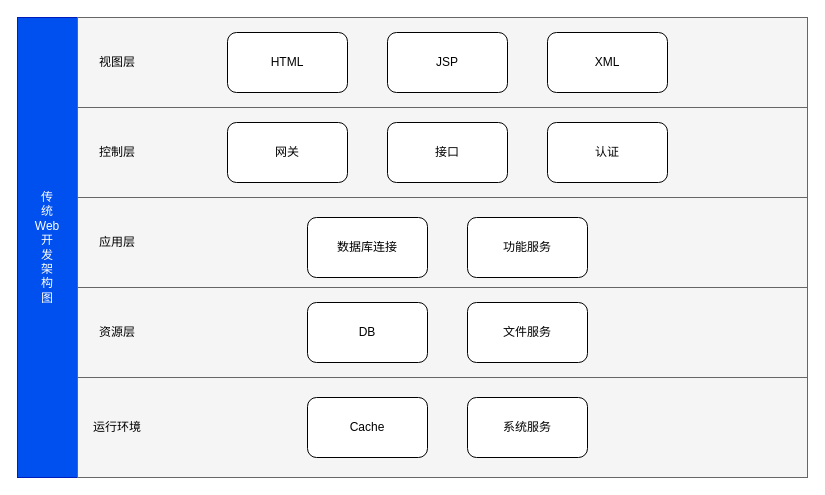
mowtwo/drawio-images keeps this draw.io diagram as bitemeta/未命名绘图.drawio. Above is the earlier version. Source tidied: cells renumbered, new cells numbered last; positions are measured from the earlier drawing's top-left corner, leaving out a move shared by most shapes. Both pictures are drawn from the tidied source at 100%, with x=0, y=0 at pixel (17, 17).
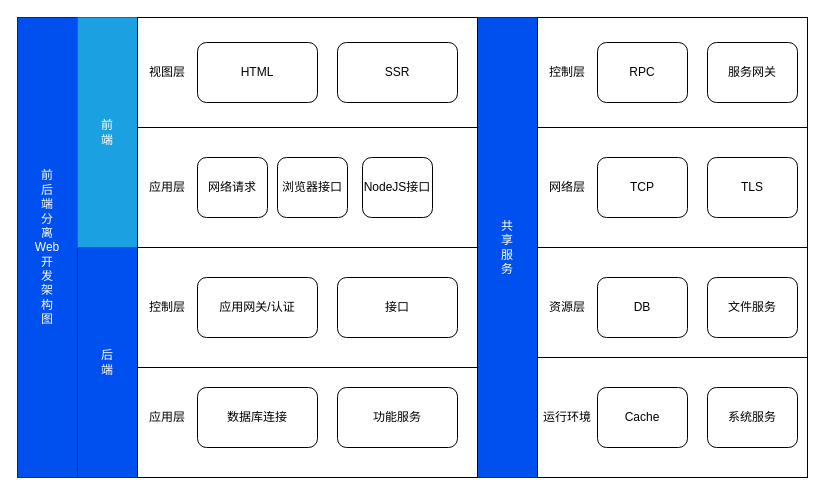
Above is the later version.

Commit message:
更新未命名绘图.drawio

What changed in the source:
```diff
@@
-    <mxCell id="4" value="传&lt;br&gt;统&lt;br&gt;Web&lt;br&gt;开&lt;br&gt;发&lt;br&gt;架&lt;br&gt;构&lt;br&gt;图" style="text;html=1;strokeColor=none;fillColor=none;align=center;verticalAlign=middle;whiteSpace=wrap;rounded=0;fontColor=#FFFFFF;" parent="1" vertex="1">
+    <mxCell id="4" value="前&lt;br&gt;后&lt;br&gt;端&lt;br&gt;分&lt;br&gt;离&lt;br&gt;Web&lt;br&gt;开&lt;br&gt;发&lt;br&gt;架&lt;br&gt;构&lt;br&gt;图" style="text;html=1;strokeColor=none;fillColor=none;align=center;verticalAlign=middle;whiteSpace=wrap;rounded=0;fontColor=#FFFFFF;" parent="1" vertex="1">
       <mxGeometry y="157.5" width="60" height="145" as="geometry" />
     </mxCell>
-    <mxCell id="5" style="rounded=0;whiteSpace=wrap;html=1;fontColor=#333333;fillColor=#f5f5f5;strokeColor=#666666;" parent="1" vertex="1">
-      <mxGeometry x="60" y="270" width="730" height="90" as="geometry" />
-    </mxCell>
-    <mxCell id="6" style="rounded=0;whiteSpace=wrap;html=1;fontColor=#333333;fillColor=#f5f5f5;strokeColor=#666666;" parent="1" vertex="1">
-      <mxGeometry x="60" y="180" width="730" height="90" as="geometry" />
-    </mxCell>
-    <mxCell id="7" style="rounded=0;whiteSpace=wrap;html=1;fontColor=#333333;fillColor=#f5f5f5;strokeColor=#666666;" parent="1" vertex="1">
-      <mxGeometry x="60" y="90" width="730" height="90" as="geometry" />
-    </mxCell>
-    <mxCell id="8" style="rounded=0;whiteSpace=wrap;html=1;fontColor=#333333;fillColor=#f5f5f5;strokeColor=#666666;" parent="1" vertex="1">
-      <mxGeometry x="60" width="730" height="90" as="geometry" />
-    </mxCell>
-    <mxCell id="9" style="rounded=0;whiteSpace=wrap;html=1;fontColor=#333333;fillColor=#f5f5f5;strokeColor=#666666;" parent="1" vertex="1">
-      <mxGeometry x="60" y="360" width="730" height="100" as="geometry" />
-    </mxCell>
+    <mxCell id="27" style="rounded=0;whiteSpace=wrap;html=1;fillColor=#dae8fc;strokeColor=#6c8ebf;" parent="1" vertex="1">
+      <mxGeometry x="60" y="230" width="400" height="230" as="geometry" />
+    </mxCell>
+    <mxCell id="28" value="后&lt;br&gt;端" style="rounded=0;whiteSpace=wrap;html=1;fillColor=#0050ef;fontColor=#ffffff;strokeColor=#001DBC;" parent="1" vertex="1">
+      <mxGeometry x="60" y="230" width="60" height="230" as="geometry" />
+    </mxCell>
+    <mxCell id="29" style="rounded=0;whiteSpace=wrap;html=1;fillColor=#d5e8d4;strokeColor=#82b366;" parent="1" vertex="1">
+      <mxGeometry x="60" width="400" height="230" as="geometry" />
+    </mxCell>
+    <mxCell id="30" value="前&lt;br&gt;端" style="rounded=0;whiteSpace=wrap;html=1;fillColor=#1ba1e2;fontColor=#ffffff;strokeColor=#006EAF;" parent="1" vertex="1">
+      <mxGeometry x="60" width="60" height="230" as="geometry" />
+    </mxCell>
+    <mxCell id="31" style="rounded=0;whiteSpace=wrap;html=1;" parent="1" vertex="1">
+      <mxGeometry x="460" width="330" height="460" as="geometry" />
+    </mxCell>
+    <mxCell id="32" value="共&lt;br&gt;享&lt;br&gt;服&lt;br&gt;务" style="rounded=0;whiteSpace=wrap;html=1;fillColor=#0050ef;fontColor=#ffffff;strokeColor=#001DBC;" parent="1" vertex="1">
+      <mxGeometry x="460" width="60" height="460" as="geometry" />
+    </mxCell>
+    <mxCell id="33" style="rounded=0;whiteSpace=wrap;html=1;" parent="1" vertex="1">
+      <mxGeometry x="120" y="340" width="340" height="120" as="geometry" />
+    </mxCell>
+    <mxCell id="34" style="rounded=0;whiteSpace=wrap;html=1;" parent="1" vertex="1">
+      <mxGeometry x="120" y="230" width="340" height="120" as="geometry" />
+    </mxCell>
+    <mxCell id="35" value="控制层" style="text;html=1;strokeColor=none;fillColor=none;align=center;verticalAlign=middle;whiteSpace=wrap;rounded=0;" parent="1" vertex="1">
+      <mxGeometry x="120" y="275" width="60" height="30" as="geometry" />
+    </mxCell>
+    <mxCell id="36" value="应用层" style="text;html=1;strokeColor=none;fillColor=none;align=center;verticalAlign=middle;whiteSpace=wrap;rounded=0;" parent="1" vertex="1">
+      <mxGeometry x="120" y="385" width="60" height="30" as="geometry" />
+    </mxCell>
+    <mxCell id="37" style="rounded=0;whiteSpace=wrap;html=1;" parent="1" vertex="1">
+      <mxGeometry x="120" width="340" height="110" as="geometry" />
+    </mxCell>
+    <mxCell id="38" style="rounded=0;whiteSpace=wrap;html=1;" parent="1" vertex="1">
+      <mxGeometry x="120" y="110" width="340" height="120" as="geometry" />
+    </mxCell>
+    <mxCell id="39" value="应用层" style="text;html=1;strokeColor=none;fillColor=none;align=center;verticalAlign=middle;whiteSpace=wrap;rounded=0;" parent="1" vertex="1">
+      <mxGeometry x="120" y="155" width="60" height="30" as="geometry" />
+    </mxCell>
+    <mxCell id="13" value="视图层" style="text;html=1;strokeColor=none;fillColor=none;align=center;verticalAlign=middle;whiteSpace=wrap;rounded=0;" parent="1" vertex="1">
+      <mxGeometry x="120" y="40" width="60" height="30" as="geometry" />
+    </mxCell>
+    <mxCell id="40" style="rounded=0;whiteSpace=wrap;html=1;" parent="1" vertex="1">
+      <mxGeometry x="520" width="270" height="110" as="geometry" />
+    </mxCell>
+    <mxCell id="41" style="rounded=0;whiteSpace=wrap;html=1;" parent="1" vertex="1">
+      <mxGeometry x="520" y="110" width="270" height="120" as="geometry" />
+    </mxCell>
+    <mxCell id="42" style="rounded=0;whiteSpace=wrap;html=1;" parent="1" vertex="1">
+      <mxGeometry x="520" y="230" width="270" height="110" as="geometry" />
+    </mxCell>
+    <mxCell id="43" style="rounded=0;whiteSpace=wrap;html=1;" parent="1" vertex="1">
+      <mxGeometry x="520" y="340" width="270" height="120" as="geometry" />
+    </mxCell>
+    <mxCell id="44" value="网络层" style="text;html=1;strokeColor=none;fillColor=none;align=center;verticalAlign=middle;whiteSpace=wrap;rounded=0;" parent="1" vertex="1">
+      <mxGeometry x="520" y="155" width="60" height="30" as="geometry" />
+    </mxCell>
+    <mxCell id="11" value="资源层" style="text;html=1;strokeColor=none;fillColor=none;align=center;verticalAlign=middle;whiteSpace=wrap;rounded=0;" parent="1" vertex="1">
+      <mxGeometry x="520" y="275" width="60" height="30" as="geometry" />
+    </mxCell>
-    <mxCell id="10" value="运行环境" style="text;html=1;strokeColor=none;fillColor=none;align=center;verticalAlign=middle;whiteSpace=wrap;rounded=0;fontColor=#000000;" parent="1" vertex="1">
-      <mxGeometry x="70" y="395" width="60" height="30" as="geometry" />
+    <mxCell id="10" value="运行环境" style="text;html=1;strokeColor=none;fillColor=none;align=center;verticalAlign=middle;whiteSpace=wrap;rounded=0;" parent="1" vertex="1">
+      <mxGeometry x="520" y="385" width="60" height="30" as="geometry" />
     </mxCell>
-    <mxCell id="11" value="资源层" style="text;html=1;strokeColor=none;fillColor=none;align=center;verticalAlign=middle;whiteSpace=wrap;rounded=0;fontColor=#000000;" parent="1" vertex="1">
-      <mxGeometry x="70" y="300" width="60" height="30" as="geometry" />
-    </mxCell>
-    <mxCell id="12" value="应用层" style="text;html=1;strokeColor=none;fillColor=none;align=center;verticalAlign=middle;whiteSpace=wrap;rounded=0;fontColor=#000000;" parent="1" vertex="1">
-      <mxGeometry x="70" y="210" width="60" height="30" as="geometry" />
-    </mxCell>
-    <mxCell id="13" value="视图层" style="text;html=1;strokeColor=none;fillColor=none;align=center;verticalAlign=middle;whiteSpace=wrap;rounded=0;fontColor=#000000;" parent="1" vertex="1">
-      <mxGeometry x="70" y="30" width="60" height="30" as="geometry" />
-    </mxCell>
-    <mxCell id="14" value="控制层" style="text;html=1;strokeColor=none;fillColor=none;align=center;verticalAlign=middle;whiteSpace=wrap;rounded=0;fontColor=#000000;" parent="1" vertex="1">
-      <mxGeometry x="70" y="120" width="60" height="30" as="geometry" />
-    </mxCell>
+    <mxCell id="45" value="控制层" style="text;html=1;strokeColor=none;fillColor=none;align=center;verticalAlign=middle;whiteSpace=wrap;rounded=0;" parent="1" vertex="1">
+      <mxGeometry x="520" y="40" width="60" height="30" as="geometry" />
+    </mxCell>
-    <mxCell id="15" value="HTML" style="rounded=1;whiteSpace=wrap;html=1;fontColor=#000000;" parent="1" vertex="1">
-      <mxGeometry x="210" y="15" width="120" height="60" as="geometry" />
+    <mxCell id="15" value="HTML" style="rounded=1;whiteSpace=wrap;html=1;" parent="1" vertex="1">
+      <mxGeometry x="180" y="25" width="120" height="60" as="geometry" />
     </mxCell>
-    <mxCell id="16" value="JSP" style="rounded=1;whiteSpace=wrap;html=1;fontColor=#000000;" parent="1" vertex="1">
-      <mxGeometry x="370" y="15" width="120" height="60" as="geometry" />
-    </mxCell>
-    <mxCell id="17" value="XML" style="rounded=1;whiteSpace=wrap;html=1;fontColor=#000000;" parent="1" vertex="1">
-      <mxGeometry x="530" y="15" width="120" height="60" as="geometry" />
-    </mxCell>
-    <mxCell id="18" value="网关" style="rounded=1;whiteSpace=wrap;html=1;fontColor=#000000;" parent="1" vertex="1">
-      <mxGeometry x="210" y="105" width="120" height="60" as="geometry" />
-    </mxCell>
+    <mxCell id="46" value="SSR" style="rounded=1;whiteSpace=wrap;html=1;" parent="1" vertex="1">
+      <mxGeometry x="320" y="25" width="120" height="60" as="geometry" />
+    </mxCell>
+    <mxCell id="47" value="网络请求" style="rounded=1;whiteSpace=wrap;html=1;" parent="1" vertex="1">
+      <mxGeometry x="180" y="140" width="70" height="60" as="geometry" />
+    </mxCell>
+    <mxCell id="48" value="应用网关/认证" style="rounded=1;whiteSpace=wrap;html=1;" parent="1" vertex="1">
+      <mxGeometry x="180" y="260" width="120" height="60" as="geometry" />
+    </mxCell>
-    <mxCell id="19" value="接口" style="rounded=1;whiteSpace=wrap;html=1;fontColor=#000000;" parent="1" vertex="1">
-      <mxGeometry x="370" y="105" width="120" height="60" as="geometry" />
+    <mxCell id="19" value="接口" style="rounded=1;whiteSpace=wrap;html=1;" parent="1" vertex="1">
+      <mxGeometry x="320" y="260" width="120" height="60" as="geometry" />
     </mxCell>
+    <mxCell id="49" value="RPC" style="rounded=1;whiteSpace=wrap;html=1;" parent="1" vertex="1">
+      <mxGeometry x="580" y="25" width="90" height="60" as="geometry" />
+    </mxCell>
+    <mxCell id="21" value="功能服务" style="rounded=1;whiteSpace=wrap;html=1;" parent="1" vertex="1">
+      <mxGeometry x="320" y="370" width="120" height="60" as="geometry" />
+    </mxCell>
+    <mxCell id="50" value="服务网关" style="rounded=1;whiteSpace=wrap;html=1;" parent="1" vertex="1">
+      <mxGeometry x="690" y="25" width="90" height="60" as="geometry" />
+    </mxCell>
+    <mxCell id="51" value="TCP" style="rounded=1;whiteSpace=wrap;html=1;" parent="1" vertex="1">
+      <mxGeometry x="580" y="140" width="90" height="60" as="geometry" />
+    </mxCell>
+    <mxCell id="52" value="TLS" style="rounded=1;whiteSpace=wrap;html=1;" parent="1" vertex="1">
+      <mxGeometry x="690" y="140" width="90" height="60" as="geometry" />
+    </mxCell>
-    <mxCell id="20" value="数据库连接" style="rounded=1;whiteSpace=wrap;html=1;fontColor=#000000;" parent="1" vertex="1">
-      <mxGeometry x="290" y="200" width="120" height="60" as="geometry" />
+    <mxCell id="20" value="数据库连接" style="rounded=1;whiteSpace=wrap;html=1;" parent="1" vertex="1">
+      <mxGeometry x="180" y="370" width="120" height="60" as="geometry" />
     </mxCell>
-    <mxCell id="21" value="功能服务" style="rounded=1;whiteSpace=wrap;html=1;fontColor=#000000;" parent="1" vertex="1">
-      <mxGeometry x="450" y="200" width="120" height="60" as="geometry" />
-    </mxCell>
-    <mxCell id="22" value="DB" style="rounded=1;whiteSpace=wrap;html=1;fontColor=#000000;" parent="1" vertex="1">
-      <mxGeometry x="290" y="285" width="120" height="60" as="geometry" />
+    <mxCell id="22" value="DB" style="rounded=1;whiteSpace=wrap;html=1;" parent="1" vertex="1">
+      <mxGeometry x="580" y="260" width="90" height="60" as="geometry" />
     </mxCell>
+    <mxCell id="24" value="文件服务" style="rounded=1;whiteSpace=wrap;html=1;" parent="1" vertex="1">
+      <mxGeometry x="690" y="260" width="90" height="60" as="geometry" />
+    </mxCell>
-    <mxCell id="23" value="Cache" style="rounded=1;whiteSpace=wrap;html=1;fontColor=#000000;" parent="1" vertex="1">
-      <mxGeometry x="290" y="380" width="120" height="60" as="geometry" />
+    <mxCell id="23" value="Cache" style="rounded=1;whiteSpace=wrap;html=1;" parent="1" vertex="1">
+      <mxGeometry x="580" y="370" width="90" height="60" as="geometry" />
     </mxCell>
-    <mxCell id="24" value="文件服务" style="rounded=1;whiteSpace=wrap;html=1;fontColor=#000000;" parent="1" vertex="1">
-      <mxGeometry x="450" y="285" width="120" height="60" as="geometry" />
-    </mxCell>
-    <mxCell id="25" value="认证" style="rounded=1;whiteSpace=wrap;html=1;fontColor=#000000;" parent="1" vertex="1">
-      <mxGeometry x="530" y="105" width="120" height="60" as="geometry" />
-    </mxCell>
-    <mxCell id="26" value="系统服务" style="rounded=1;whiteSpace=wrap;html=1;fontColor=#000000;" parent="1" vertex="1">
-      <mxGeometry x="450" y="380" width="120" height="60" as="geometry" />
+    <mxCell id="26" value="系统服务" style="rounded=1;whiteSpace=wrap;html=1;" parent="1" vertex="1">
+      <mxGeometry x="690" y="370" width="90" height="60" as="geometry" />
     </mxCell>
+    <mxCell id="53" value="浏览器接口" style="rounded=1;whiteSpace=wrap;html=1;" parent="1" vertex="1">
+      <mxGeometry x="260" y="140" width="70" height="60" as="geometry" />
+    </mxCell>
+    <mxCell id="54" value="NodeJS接口" style="rounded=1;whiteSpace=wrap;html=1;" parent="1" vertex="1">
+      <mxGeometry x="345" y="140" width="70" height="60" as="geometry" />
+    </mxCell>
```
